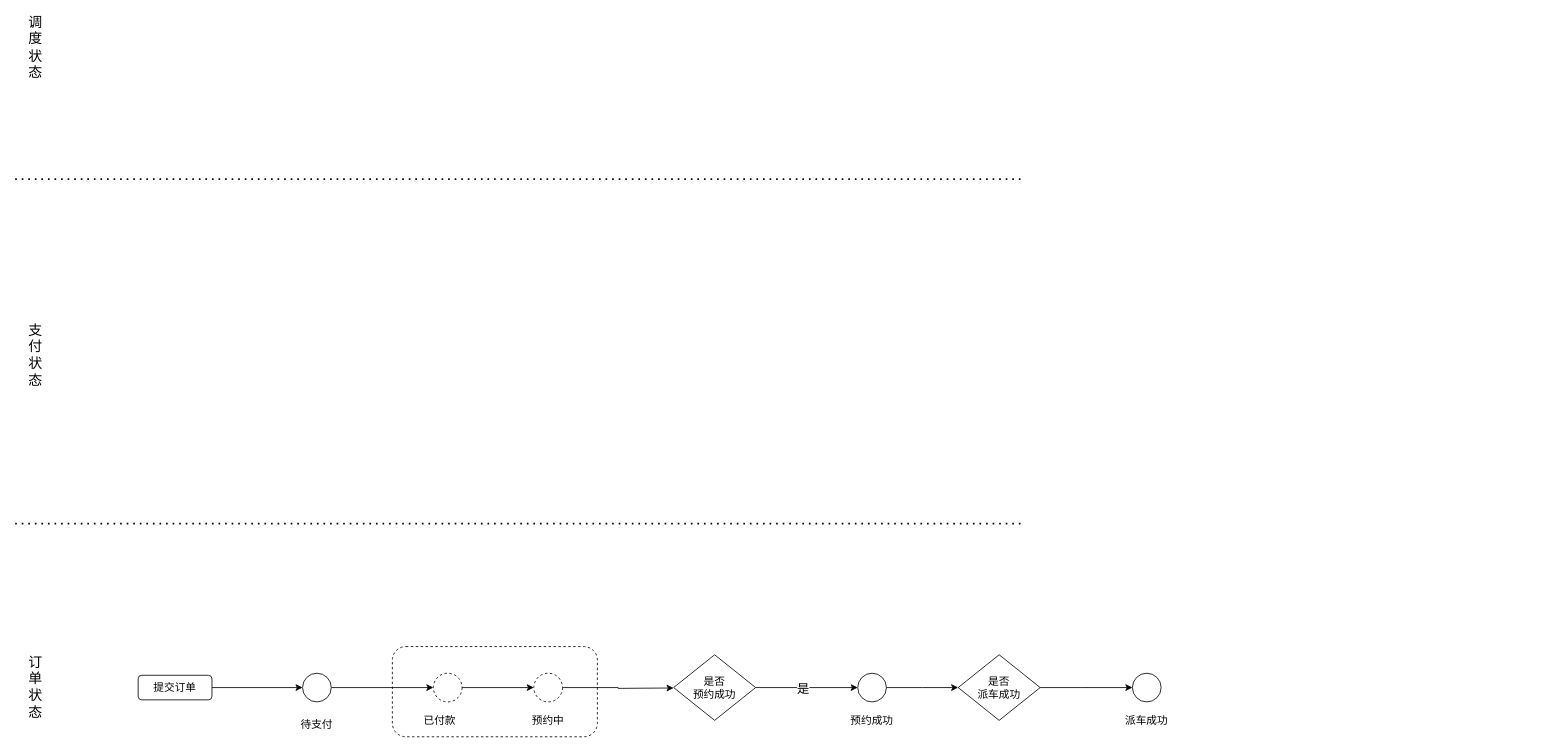
Earlier version of the draw.io diagram 状态机.drawio (nbnbnb/Draw). Source tidied: cells renumbered, new cells numbered last; positions are measured from the earlier drawing's top-left corner, leaving out a move shared by most shapes. Both pictures are drawn from the tidied source at 82%, with x=0, y=0 at pixel (15, 23).
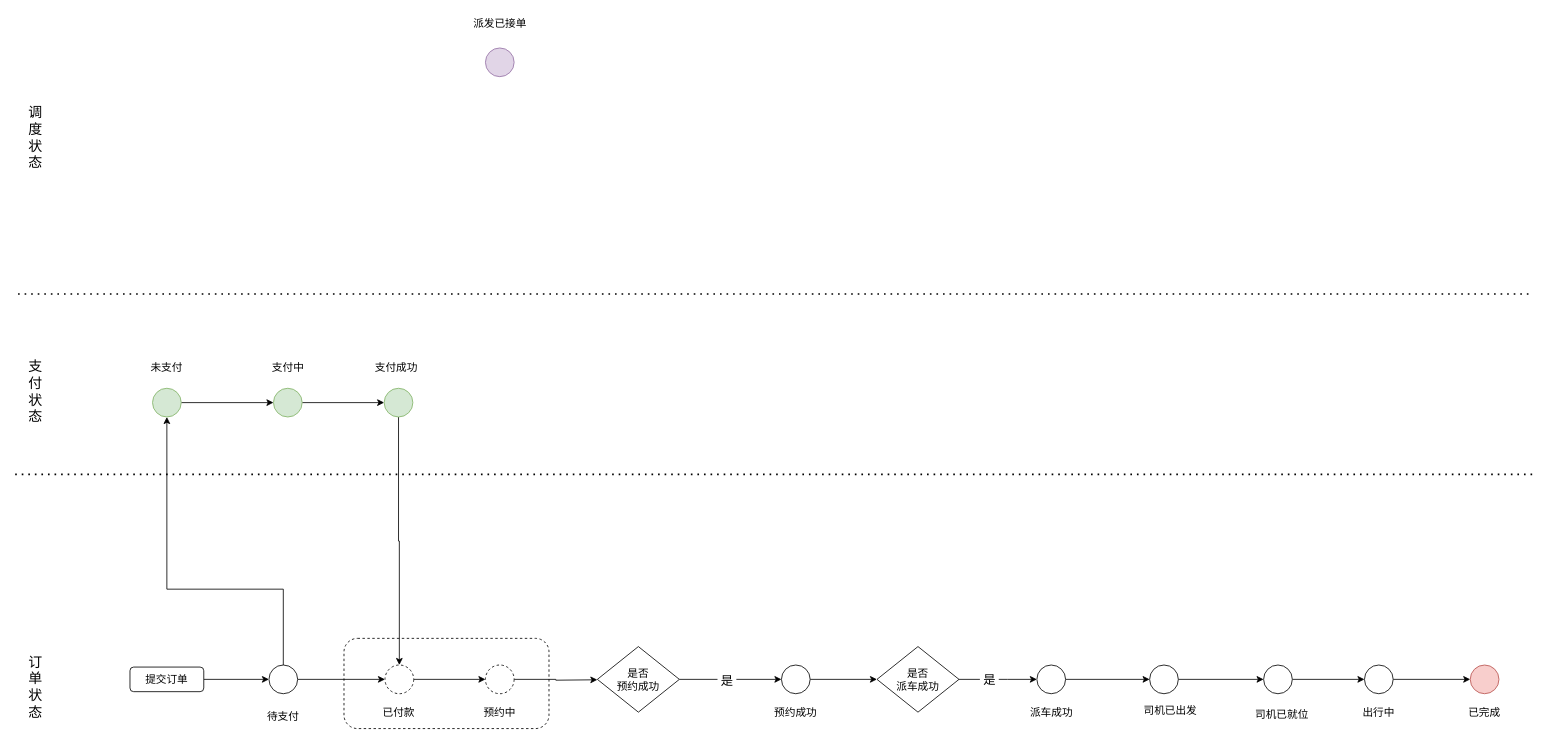
After the change.

Commit message (it also covers changes not shown here):
更新状态机.drawio

Unchanged cells that the change refers to:
```xml
<mxCell id="16" style="edgeStyle=orthogonalEdgeStyle;rounded=0;jettySize=auto;html=1;entryX=0;entryY=0.5;entryDx=0;entryDy=0;fontSize=13;" parent="1" edge="1" source="18" target="20">
  <mxGeometry relative="1" as="geometry" />
</mxCell>
```

The edit, as a diff of the source:
```diff
@@
     <mxCell id="2" style="rounded=1;whiteSpace=wrap;html=1;dashed=1;fontSize=13;" parent="1" vertex="1">
-      <mxGeometry x="460" y="760" width="250" height="110" as="geometry" />
+      <mxGeometry x="401" y="750" width="250" height="110" as="geometry" />
     </mxCell>
     <mxCell id="3" style="endArrow=none;dashed=1;html=1;dashPattern=1 3;strokeWidth=2;rounded=0;" parent="1" edge="1">
       <mxGeometry relative="1" as="geometry">
-        <mxPoint y="190" as="sourcePoint" />
-        <mxPoint x="1230" y="190" as="targetPoint" />
+        <mxPoint x="3.5" y="330" as="sourcePoint" />
+        <mxPoint x="1850" y="330" as="targetPoint" />
       </mxGeometry>
     </mxCell>
     <mxCell id="4" style="endArrow=none;dashed=1;html=1;dashPattern=1 3;strokeWidth=2;rounded=0;" parent="1" edge="1">
       <mxGeometry relative="1" as="geometry">
-        <mxPoint y="610" as="sourcePoint" />
-        <mxPoint x="1230" y="610" as="targetPoint" />
+        <mxPoint y="550" as="sourcePoint" />
+        <mxPoint x="1850" y="550" as="targetPoint" />
       </mxGeometry>
     </mxCell>
     <mxCell id="5" value="调度状态" style="text;html=1;strokeColor=none;fillColor=none;align=center;verticalAlign=middle;whiteSpace=wrap;rounded=0;fontSize=17;direction=south;" parent="1" vertex="1">
-      <mxGeometry x="10" width="30" height="60" as="geometry" />
+      <mxGeometry x="10" y="110" width="30" height="60" as="geometry" />
     </mxCell>
     <mxCell id="6" value="支付状态" style="text;html=1;strokeColor=none;fillColor=none;align=center;verticalAlign=middle;whiteSpace=wrap;rounded=0;fontSize=17;direction=south;" parent="1" vertex="1">
-      <mxGeometry x="10" y="375" width="30" height="60" as="geometry" />
+      <mxGeometry x="10" y="420" width="30" height="60" as="geometry" />
     </mxCell>
@@
     <mxCell id="9" value="提交订单" style="rounded=1;whiteSpace=wrap;html=1;fontSize=13;" parent="1" vertex="1">
-      <mxGeometry x="150" y="795" width="90" height="30" as="geometry" />
+      <mxGeometry x="140" y="785" width="90" height="30" as="geometry" />
     </mxCell>
@@
+    <mxCell id="29" style="edgeStyle=orthogonalEdgeStyle;rounded=0;jettySize=auto;html=1;entryX=0.5;entryY=1;entryDx=0;entryDy=0;fontSize=15;" parent="1" edge="1" source="11" target="44">
+      <mxGeometry relative="1" as="geometry">
+        <Array as="points">
+          <mxPoint x="327" y="690" />
+          <mxPoint x="185" y="690" />
+        </Array>
+      </mxGeometry>
+    </mxCell>
     <mxCell id="11" style="ellipse;whiteSpace=wrap;html=1;fontSize=13;" parent="1" vertex="1">
-      <mxGeometry x="350.5" y="792.5" width="35" height="35" as="geometry" />
+      <mxGeometry x="309.5" y="782.5" width="35" height="35" as="geometry" />
     </mxCell>
@@
     <mxCell id="13" style="ellipse;whiteSpace=wrap;html=1;fontSize=13;dashed=1;" parent="1" vertex="1">
-      <mxGeometry x="510" y="792.5" width="35" height="35" as="geometry" />
+      <mxGeometry x="451" y="782.5" width="35" height="35" as="geometry" />
     </mxCell>
     <mxCell id="14" style="edgeStyle=orthogonalEdgeStyle;rounded=0;jettySize=auto;html=1;fontSize=13;" parent="1" edge="1" source="15">
       <mxGeometry relative="1" as="geometry">
-        <mxPoint x="803" y="810.5" as="targetPoint" />
+        <mxPoint x="710" y="800.5" as="targetPoint" />
       </mxGeometry>
     </mxCell>
     <mxCell id="15" style="ellipse;whiteSpace=wrap;html=1;fontSize=13;dashed=1;" parent="1" vertex="1">
-      <mxGeometry x="632.5" y="792.5" width="35" height="35" as="geometry" />
+      <mxGeometry x="573.5" y="782.5" width="35" height="35" as="geometry" />
     </mxCell>
@@
-    <mxCell id="17" value="是" style="edgeLabel;html=1;align=center;verticalAlign=middle;fontSize=15;" parent="16" vertex="1">
+    <mxCell id="17" value="&amp;nbsp;是&amp;nbsp;" style="edgeLabel;html=1;align=center;verticalAlign=middle;fontSize=15;" parent="16" vertex="1">
       <mxGeometry x="-0.32" y="-4" relative="1" as="geometry">
         <mxPoint x="15" y="-4" as="offset" />
       </mxGeometry>
     </mxCell>
     <mxCell id="18" value="是否&lt;br&gt;预约成功" style="rhombus;whiteSpace=wrap;html=1;fontSize=13;" parent="1" vertex="1">
-      <mxGeometry x="803" y="770" width="100" height="80" as="geometry" />
+      <mxGeometry x="710" y="760" width="100" height="80" as="geometry" />
     </mxCell>
-    <mxCell id="19" style="edgeStyle=orthogonalEdgeStyle;rounded=0;jettySize=auto;html=1;fontSize=15;" parent="1" edge="1" source="20">
-      <mxGeometry relative="1" as="geometry">
-        <mxPoint x="1150" y="810" as="targetPoint" />
-      </mxGeometry>
+    <mxCell id="19" style="edgeStyle=orthogonalEdgeStyle;rounded=0;jettySize=auto;html=1;fontSize=15;entryX=0;entryY=0.5;entryDx=0;entryDy=0;" parent="1" edge="1" source="20" target="26">
+      <mxGeometry relative="1" as="geometry" />
     </mxCell>
     <mxCell id="20" style="ellipse;whiteSpace=wrap;html=1;fontSize=13;" parent="1" vertex="1">
-      <mxGeometry x="1027.5" y="792.5" width="35" height="35" as="geometry" />
+      <mxGeometry x="934.5" y="782.5" width="35" height="35" as="geometry" />
     </mxCell>
     <mxCell id="21" value="待支付" style="text;html=1;strokeColor=none;fillColor=none;align=center;verticalAlign=middle;whiteSpace=wrap;rounded=0;fontSize=13;" parent="1" vertex="1">
-      <mxGeometry x="338" y="840" width="60" height="30" as="geometry" />
+      <mxGeometry x="297" y="830" width="60" height="30" as="geometry" />
     </mxCell>
     <mxCell id="22" value="已付款" style="text;html=1;strokeColor=none;fillColor=none;align=center;verticalAlign=middle;whiteSpace=wrap;rounded=0;fontSize=13;" parent="1" vertex="1">
-      <mxGeometry x="487.5" y="835" width="60" height="30" as="geometry" />
+      <mxGeometry x="437.5" y="825" width="60" height="30" as="geometry" />
     </mxCell>
     <mxCell id="23" value="预约中" style="text;html=1;strokeColor=none;fillColor=none;align=center;verticalAlign=middle;whiteSpace=wrap;rounded=0;fontSize=13;" parent="1" vertex="1">
-      <mxGeometry x="620" y="835" width="60" height="30" as="geometry" />
+      <mxGeometry x="561" y="825" width="60" height="30" as="geometry" />
     </mxCell>
     <mxCell id="24" value="预约成功" style="text;html=1;strokeColor=none;fillColor=none;align=center;verticalAlign=middle;whiteSpace=wrap;rounded=0;fontSize=13;" parent="1" vertex="1">
-      <mxGeometry x="1015" y="835" width="60" height="30" as="geometry" />
+      <mxGeometry x="922" y="825" width="60" height="30" as="geometry" />
     </mxCell>
     <mxCell id="25" style="edgeStyle=orthogonalEdgeStyle;rounded=0;jettySize=auto;html=1;exitX=1;exitY=0.5;exitDx=0;exitDy=0;entryX=0;entryY=0.5;entryDx=0;entryDy=0;fontSize=15;" parent="1" edge="1" source="26" target="27">
       <mxGeometry relative="1" as="geometry">
         <Array as="points">
-          <mxPoint x="1300" y="810" />
-          <mxPoint x="1300" y="810" />
+          <mxPoint x="1210" y="800" />
+          <mxPoint x="1210" y="800" />
         </Array>
       </mxGeometry>
     </mxCell>
+    <mxCell id="30" value="&amp;nbsp;是&amp;nbsp;" style="edgeLabel;html=1;align=center;verticalAlign=middle;fontSize=15;" parent="25" vertex="1">
+      <mxGeometry x="-0.24" y="1" relative="1" as="geometry" />
+    </mxCell>
     <mxCell id="26" value="是否&lt;br&gt;派车成功" style="rhombus;whiteSpace=wrap;html=1;fontSize=13;" parent="1" vertex="1">
-      <mxGeometry x="1150" y="770" width="100" height="80" as="geometry" />
+      <mxGeometry x="1051" y="760" width="100" height="80" as="geometry" />
     </mxCell>
+    <mxCell id="31" style="edgeStyle=orthogonalEdgeStyle;rounded=0;jettySize=auto;html=1;entryX=0;entryY=0.5;entryDx=0;entryDy=0;fontSize=15;" parent="1" edge="1" source="27" target="33">
+      <mxGeometry relative="1" as="geometry" />
+    </mxCell>
     <mxCell id="27" style="ellipse;whiteSpace=wrap;html=1;fontSize=13;" parent="1" vertex="1">
-      <mxGeometry x="1362.5" y="792.5" width="35" height="35" as="geometry" />
+      <mxGeometry x="1246" y="782.5" width="35" height="35" as="geometry" />
     </mxCell>
     <mxCell id="28" value="派车成功" style="text;html=1;strokeColor=none;fillColor=none;align=center;verticalAlign=middle;whiteSpace=wrap;rounded=0;fontSize=13;" parent="1" vertex="1">
-      <mxGeometry x="1350" y="835" width="60" height="30" as="geometry" />
+      <mxGeometry x="1233.5" y="825" width="60" height="30" as="geometry" />
     </mxCell>
+    <mxCell id="32" style="edgeStyle=orthogonalEdgeStyle;rounded=0;jettySize=auto;html=1;entryX=0;entryY=0.5;entryDx=0;entryDy=0;fontSize=15;" parent="1" edge="1" source="33" target="36">
+      <mxGeometry relative="1" as="geometry" />
+    </mxCell>
+    <mxCell id="33" style="ellipse;whiteSpace=wrap;html=1;fontSize=13;" parent="1" vertex="1">
+      <mxGeometry x="1383.5" y="782.5" width="35" height="35" as="geometry" />
+    </mxCell>
+    <mxCell id="34" value="司机已出发" style="text;html=1;strokeColor=none;fillColor=none;align=center;verticalAlign=middle;whiteSpace=wrap;rounded=0;fontSize=13;" parent="1" vertex="1">
+      <mxGeometry x="1371" y="825" width="76" height="25" as="geometry" />
+    </mxCell>
+    <mxCell id="35" style="edgeStyle=orthogonalEdgeStyle;rounded=0;jettySize=auto;html=1;entryX=0;entryY=0.5;entryDx=0;entryDy=0;fontSize=15;" parent="1" edge="1" source="36" target="39">
+      <mxGeometry relative="1" as="geometry" />
+    </mxCell>
+    <mxCell id="36" style="ellipse;whiteSpace=wrap;html=1;fontSize=13;" parent="1" vertex="1">
+      <mxGeometry x="1522.5" y="782.5" width="35" height="35" as="geometry" />
+    </mxCell>
+    <mxCell id="37" value="司机已就位" style="text;html=1;strokeColor=none;fillColor=none;align=center;verticalAlign=middle;whiteSpace=wrap;rounded=0;fontSize=13;" parent="1" vertex="1">
+      <mxGeometry x="1510" y="825" width="70" height="35" as="geometry" />
+    </mxCell>
+    <mxCell id="38" style="edgeStyle=orthogonalEdgeStyle;rounded=0;jettySize=auto;html=1;entryX=0;entryY=0.5;entryDx=0;entryDy=0;fontSize=15;" parent="1" edge="1" source="39" target="41">
+      <mxGeometry relative="1" as="geometry" />
+    </mxCell>
+    <mxCell id="39" style="ellipse;whiteSpace=wrap;html=1;fontSize=13;" parent="1" vertex="1">
+      <mxGeometry x="1645.5" y="782.5" width="35" height="35" as="geometry" />
+    </mxCell>
+    <mxCell id="40" value="出行中" style="text;html=1;strokeColor=none;fillColor=none;align=center;verticalAlign=middle;whiteSpace=wrap;rounded=0;fontSize=13;" parent="1" vertex="1">
+      <mxGeometry x="1633" y="825" width="60" height="30" as="geometry" />
+    </mxCell>
+    <mxCell id="41" style="ellipse;whiteSpace=wrap;html=1;fontSize=13;fillColor=#f8cecc;strokeColor=#b85450;" parent="1" vertex="1">
+      <mxGeometry x="1774.5" y="782.5" width="35" height="35" as="geometry" />
+    </mxCell>
+    <mxCell id="42" value="已完成" style="text;html=1;strokeColor=none;fillColor=none;align=center;verticalAlign=middle;whiteSpace=wrap;rounded=0;fontSize=13;" parent="1" vertex="1">
+      <mxGeometry x="1762" y="825" width="60" height="30" as="geometry" />
+    </mxCell>
+    <mxCell id="43" style="edgeStyle=orthogonalEdgeStyle;rounded=0;jettySize=auto;html=1;exitX=1;exitY=0.5;exitDx=0;exitDy=0;entryX=0;entryY=0.5;entryDx=0;entryDy=0;fontSize=15;" parent="1" edge="1" source="44" target="47">
+      <mxGeometry relative="1" as="geometry" />
+    </mxCell>
+    <mxCell id="44" style="ellipse;whiteSpace=wrap;html=1;fontSize=13;fillColor=#d5e8d4;strokeColor=#82b366;" parent="1" vertex="1">
+      <mxGeometry x="167.5" y="445" width="35" height="35" as="geometry" />
+    </mxCell>
+    <mxCell id="45" value="未支付" style="text;html=1;strokeColor=none;fillColor=none;align=center;verticalAlign=middle;whiteSpace=wrap;rounded=0;fontSize=13;" parent="1" vertex="1">
+      <mxGeometry x="155" y="405" width="60" height="30" as="geometry" />
+    </mxCell>
+    <mxCell id="46" style="edgeStyle=orthogonalEdgeStyle;rounded=0;jettySize=auto;html=1;entryX=0;entryY=0.5;entryDx=0;entryDy=0;fontSize=15;" parent="1" edge="1" source="47" target="49">
+      <mxGeometry relative="1" as="geometry" />
+    </mxCell>
+    <mxCell id="47" style="ellipse;whiteSpace=wrap;html=1;fontSize=13;fillColor=#d5e8d4;strokeColor=#82b366;" parent="1" vertex="1">
+      <mxGeometry x="315" y="445" width="35" height="35" as="geometry" />
+    </mxCell>
+    <mxCell id="48" style="edgeStyle=orthogonalEdgeStyle;rounded=0;jettySize=auto;html=1;entryX=0.5;entryY=0;entryDx=0;entryDy=0;fontSize=15;" parent="1" edge="1" source="49" target="13">
+      <mxGeometry relative="1" as="geometry" />
+    </mxCell>
+    <mxCell id="49" style="ellipse;whiteSpace=wrap;html=1;fontSize=13;fillColor=#d5e8d4;strokeColor=#82b366;" parent="1" vertex="1">
+      <mxGeometry x="450" y="445" width="35" height="35" as="geometry" />
+    </mxCell>
+    <mxCell id="50" value="支付中" style="text;html=1;strokeColor=none;fillColor=none;align=center;verticalAlign=middle;whiteSpace=wrap;rounded=0;fontSize=13;" parent="1" vertex="1">
+      <mxGeometry x="302.5" y="405" width="60" height="30" as="geometry" />
+    </mxCell>
+    <mxCell id="51" value="支付成功" style="text;html=1;strokeColor=none;fillColor=none;align=center;verticalAlign=middle;whiteSpace=wrap;rounded=0;fontSize=13;" parent="1" vertex="1">
+      <mxGeometry x="435" y="405" width="60" height="30" as="geometry" />
+    </mxCell>
+    <mxCell id="52" style="ellipse;whiteSpace=wrap;html=1;fontSize=13;fillColor=#e1d5e7;strokeColor=#9673a6;" parent="1" vertex="1">
+      <mxGeometry x="573.5" y="30" width="35" height="35" as="geometry" />
+    </mxCell>
+    <mxCell id="53" value="派发已接单" style="text;html=1;strokeColor=none;fillColor=none;align=center;verticalAlign=middle;whiteSpace=wrap;rounded=0;fontSize=13;" parent="1" vertex="1">
+      <mxGeometry x="556.5" y="-10" width="69" height="20" as="geometry" />
+    </mxCell>
```
